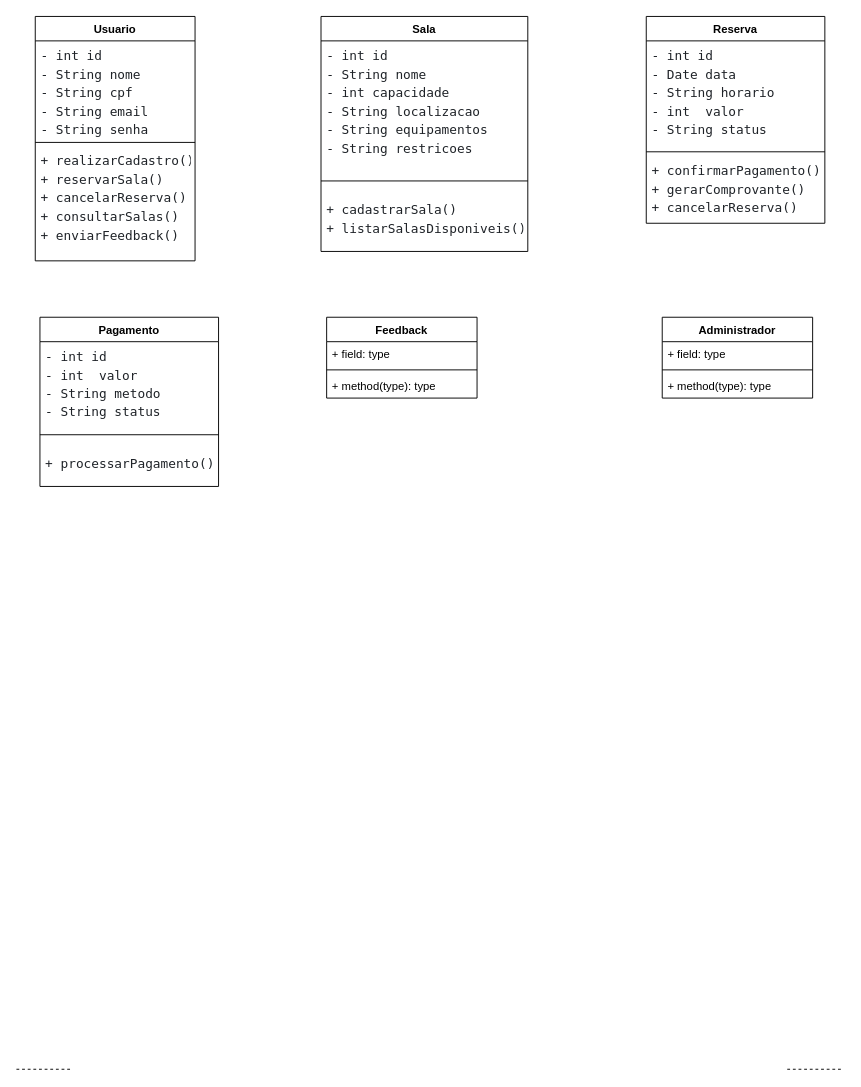
This is tdh.drawio from maysa158/diagramasderequisitos, a draw.io file, before an edit. Source tidied: cells renumbered, new cells numbered last; positions are measured from the earlier drawing's top-left corner, leaving out a move shared by most shapes. Both pictures are drawn from the tidied source at 94%, with x=0, y=0 at pixel (16, 16).
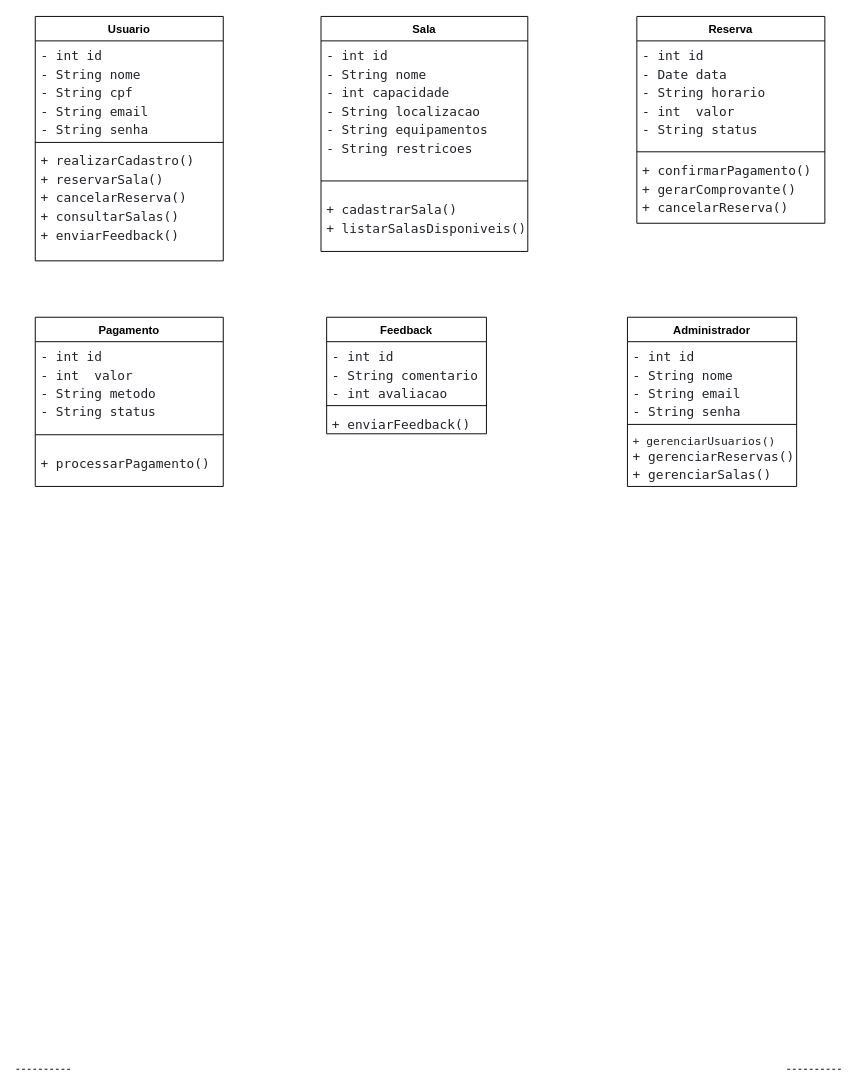
The same diagram, later.

Change to the diagram source:
```diff
@@
     <mxCell id="4" value="Usuario" style="swimlane;fontStyle=1;align=center;verticalAlign=top;horizontal=1;startSize=26;whiteSpace=wrap;html=1;" parent="1" vertex="1">
-      <mxGeometry x="20" width="170" height="260" as="geometry" />
+      <mxGeometry x="20" width="200" height="260" as="geometry" />
     </mxCell>
     <mxCell id="5" value="&lt;pre style=&quot;box-sizing: border-box; font-family: var(--fontStack-monospace, ui-monospace, SFMono-Regular, SF Mono, Menlo, Consolas, Liberation Mono, monospace); font-size: 13.6px; outline: none; overflow-wrap: normal; overflow: auto; line-height: 1.45; color: rgb(31, 35, 40); margin-top: 0px !important; margin-bottom: 0px !important; padding: var(--base-size-16) var(--base-size-24) !important; background: none !important; border-radius: 0px !important;&quot; tabindex=&quot;0&quot; class=&quot;CodeBlock-module__code--KUcqT&quot;&gt;&lt;code style=&quot;box-sizing: border-box; font-family: var(--fontStack-monospace, ui-monospace, SFMono-Regular, SF Mono, Menlo, Consolas, Liberation Mono, monospace); font-size: var(--text-body-size-medium); padding: 0px; margin: 0px; background: transparent; border-radius: 6px; word-break: normal; border: 0px; display: inline; overflow: visible; line-height: inherit; overflow-wrap: normal;&quot;&gt;- int id&lt;br&gt;- String nome&lt;/code&gt;&lt;/pre&gt;&lt;pre style=&quot;box-sizing: border-box; font-family: var(--fontStack-monospace, ui-monospace, SFMono-Regular, SF Mono, Menlo, Consolas, Liberation Mono, monospace); font-size: 13.6px; outline: none; overflow-wrap: normal; overflow: auto; line-height: 1.45; color: rgb(31, 35, 40); margin-top: 0px !important; margin-bottom: 0px !important; padding: var(--base-size-16) var(--base-size-24) !important; background: none !important; border-radius: 0px !important;&quot; tabindex=&quot;0&quot; class=&quot;CodeBlock-module__code--KUcqT&quot;&gt;&lt;code style=&quot;box-sizing: border-box; font-family: var(--fontStack-monospace, ui-monospace, SFMono-Regular, SF Mono, Menlo, Consolas, Liberation Mono, monospace); font-size: var(--text-body-size-medium); padding: 0px; margin: 0px; background: transparent; border-radius: 6px; word-break: normal; border: 0px; display: inline; overflow: visible; line-height: inherit; overflow-wrap: normal;&quot;&gt;- String cpf&lt;/code&gt;&lt;/pre&gt;&lt;pre style=&quot;box-sizing: border-box; font-family: var(--fontStack-monospace, ui-monospace, SFMono-Regular, SF Mono, Menlo, Consolas, Liberation Mono, monospace); font-size: 13.6px; outline: none; overflow-wrap: normal; overflow: auto; line-height: 1.45; color: rgb(31, 35, 40); margin-top: 0px !important; margin-bottom: 0px !important; padding: var(--base-size-16) var(--base-size-24) !important; background: none !important; border-radius: 0px !important;&quot; tabindex=&quot;0&quot; class=&quot;CodeBlock-module__code--KUcqT&quot;&gt;- String email&lt;/pre&gt;&lt;pre style=&quot;box-sizing: border-box; font-family: var(--fontStack-monospace, ui-monospace, SFMono-Regular, SF Mono, Menlo, Consolas, Liberation Mono, monospace); font-size: 13.6px; outline: none; overflow-wrap: normal; overflow: auto; line-height: 1.45; color: rgb(31, 35, 40); margin-top: 0px !important; margin-bottom: 0px !important; padding: var(--base-size-16) var(--base-size-24) !important; background: none !important; border-radius: 0px !important;&quot; tabindex=&quot;0&quot; class=&quot;CodeBlock-module__code--KUcqT&quot;&gt;&lt;code style=&quot;box-sizing: border-box; font-family: var(--fontStack-monospace, ui-monospace, SFMono-Regular, SF Mono, Menlo, Consolas, Liberation Mono, monospace); font-size: var(--text-body-size-medium); padding: 0px; margin: 0px; background: transparent; border-radius: 6px; word-break: normal; border: 0px; display: inline; overflow: visible; line-height: inherit; overflow-wrap: normal;&quot;&gt;- String senha&lt;/code&gt;&lt;/pre&gt;" style="text;strokeColor=none;fillColor=none;align=left;verticalAlign=top;spacingLeft=4;spacingRight=4;overflow=hidden;whiteSpace=wrap;html=1;" parent="4" vertex="1">
-      <mxGeometry y="26" width="170" height="104" as="geometry" />
+      <mxGeometry y="26" width="200" height="104" as="geometry" />
     </mxCell>
     <mxCell id="6" style="line;strokeWidth=1;fillColor=none;align=left;verticalAlign=middle;spacingTop=-1;spacingLeft=3;spacingRight=3;labelPosition=right;strokeColor=inherit;" parent="4" vertex="1">
-      <mxGeometry y="130" width="170" height="8" as="geometry" />
+      <mxGeometry y="130" width="200" height="8" as="geometry" />
     </mxCell>
     <mxCell id="7" value="&lt;pre style=&quot;box-sizing: border-box; font-family: var(--fontStack-monospace, ui-monospace, SFMono-Regular, SF Mono, Menlo, Consolas, Liberation Mono, monospace); font-size: 13.6px; outline: none; overflow-wrap: normal; overflow: auto; line-height: 1.45; color: rgb(31, 35, 40); margin-top: 0px !important; margin-bottom: 0px !important; padding: var(--base-size-16) var(--base-size-24) !important; background: none !important; border-radius: 0px !important;&quot; tabindex=&quot;0&quot; class=&quot;CodeBlock-module__code--KUcqT&quot;&gt;&lt;code style=&quot;box-sizing: border-box; font-family: var(--fontStack-monospace, ui-monospace, SFMono-Regular, SF Mono, Menlo, Consolas, Liberation Mono, monospace); font-size: var(--text-body-size-medium); padding: 0px; margin: 0px; background: transparent; border-radius: 6px; word-break: normal; border: 0px; display: inline; overflow: visible; line-height: inherit; overflow-wrap: normal;&quot;&gt;+ realizarCadastro()&lt;br&gt;+ reservarSala()&lt;/code&gt;&lt;/pre&gt;&lt;pre style=&quot;box-sizing: border-box; font-family: var(--fontStack-monospace, ui-monospace, SFMono-Regular, SF Mono, Menlo, Consolas, Liberation Mono, monospace); font-size: 13.6px; outline: none; overflow-wrap: normal; overflow: auto; line-height: 1.45; color: rgb(31, 35, 40); margin-top: 0px !important; margin-bottom: 0px !important; padding: var(--base-size-16) var(--base-size-24) !important; background: none !important; border-radius: 0px !important;&quot; tabindex=&quot;0&quot; class=&quot;CodeBlock-module__code--KUcqT&quot;&gt;&lt;code style=&quot;box-sizing: border-box; font-family: var(--fontStack-monospace, ui-monospace, SFMono-Regular, SF Mono, Menlo, Consolas, Liberation Mono, monospace); font-size: var(--text-body-size-medium); padding: 0px; margin: 0px; background: transparent; border-radius: 6px; word-break: normal; border: 0px; display: inline; overflow: visible; line-height: inherit; overflow-wrap: normal;&quot;&gt;+ cancelarReserva()&lt;br&gt;+ consultarSalas()&lt;br&gt;+ enviarFeedback()&lt;/code&gt;&lt;/pre&gt;" style="text;strokeColor=none;fillColor=none;align=left;verticalAlign=top;spacingLeft=4;spacingRight=4;overflow=hidden;whiteSpace=wrap;html=1;" parent="4" vertex="1">
-      <mxGeometry y="138" width="170" height="122" as="geometry" />
+      <mxGeometry y="138" width="200" height="122" as="geometry" />
     </mxCell>
@@
     <mxCell id="12" value="Reserva" style="swimlane;fontStyle=1;align=center;verticalAlign=top;horizontal=1;startSize=26;whiteSpace=wrap;html=1;" parent="1" vertex="1">
-      <mxGeometry x="670" width="190" height="220" as="geometry" />
+      <mxGeometry x="660" width="200" height="220" as="geometry" />
     </mxCell>
     <mxCell id="13" value="&lt;pre style=&quot;box-sizing: border-box; font-family: var(--fontStack-monospace, ui-monospace, SFMono-Regular, SF Mono, Menlo, Consolas, Liberation Mono, monospace); font-size: 13.6px; outline: none; overflow-wrap: normal; overflow: auto; line-height: 1.45; color: rgb(31, 35, 40); margin-top: 0px !important; margin-bottom: 0px !important; padding: var(--base-size-16) var(--base-size-24) !important; background: none !important; border-radius: 0px !important;&quot; tabindex=&quot;0&quot; class=&quot;CodeBlock-module__code--KUcqT&quot;&gt;&lt;code style=&quot;box-sizing: border-box; font-family: var(--fontStack-monospace, ui-monospace, SFMono-Regular, SF Mono, Menlo, Consolas, Liberation Mono, monospace); font-size: var(--text-body-size-medium); padding: 0px; margin: 0px; background: transparent; border-radius: 6px; word-break: normal; border: 0px; display: inline; overflow: visible; line-height: inherit; overflow-wrap: normal;&quot;&gt;- int id&lt;br&gt;- Date data&lt;br&gt;- String horario&lt;br&gt;- int  valor&lt;br&gt;- String status&lt;/code&gt;&lt;/pre&gt;" style="text;strokeColor=none;fillColor=none;align=left;verticalAlign=top;spacingLeft=4;spacingRight=4;overflow=hidden;whiteSpace=wrap;html=1;" parent="12" vertex="1">
-      <mxGeometry y="26" width="190" height="114" as="geometry" />
+      <mxGeometry y="26" width="200" height="114" as="geometry" />
     </mxCell>
     <mxCell id="14" style="line;strokeWidth=1;fillColor=none;align=left;verticalAlign=middle;spacingTop=-1;spacingLeft=3;spacingRight=3;labelPosition=right;strokeColor=inherit;" parent="12" vertex="1">
-      <mxGeometry y="140" width="190" height="8" as="geometry" />
+      <mxGeometry y="140" width="200" height="8" as="geometry" />
     </mxCell>
     <mxCell id="15" value="&lt;pre style=&quot;box-sizing: border-box; font-family: var(--fontStack-monospace, ui-monospace, SFMono-Regular, SF Mono, Menlo, Consolas, Liberation Mono, monospace); font-size: 13.6px; outline: none; overflow-wrap: normal; overflow: auto; line-height: 1.45; color: rgb(31, 35, 40); margin-top: 0px !important; margin-bottom: 0px !important; padding: var(--base-size-16) var(--base-size-24) !important; background: none !important; border-radius: 0px !important;&quot; tabindex=&quot;0&quot; class=&quot;CodeBlock-module__code--KUcqT&quot;&gt;&lt;code style=&quot;box-sizing: border-box; font-family: var(--fontStack-monospace, ui-monospace, SFMono-Regular, SF Mono, Menlo, Consolas, Liberation Mono, monospace); font-size: var(--text-body-size-medium); padding: 0px; margin: 0px; background: transparent; border-radius: 6px; word-break: normal; border: 0px; display: inline; overflow: visible; line-height: inherit; overflow-wrap: normal;&quot;&gt;+ confirmarPagamento()&lt;br&gt;+ gerarComprovante()&lt;br&gt;+ cancelarReserva()&lt;/code&gt;&lt;/pre&gt;" style="text;strokeColor=none;fillColor=none;align=left;verticalAlign=top;spacingLeft=4;spacingRight=4;overflow=hidden;whiteSpace=wrap;html=1;" parent="12" vertex="1">
-      <mxGeometry y="148" width="190" height="72" as="geometry" />
+      <mxGeometry y="148" width="200" height="72" as="geometry" />
     </mxCell>
     <mxCell id="16" value="Pagamento" style="swimlane;fontStyle=1;align=center;verticalAlign=top;horizontal=1;startSize=26;whiteSpace=wrap;html=1;" parent="1" vertex="1">
-      <mxGeometry x="25" y="320" width="190" height="180" as="geometry" />
+      <mxGeometry x="20" y="320" width="200" height="180" as="geometry" />
     </mxCell>
     <mxCell id="17" value="&lt;pre style=&quot;box-sizing: border-box; font-family: var(--fontStack-monospace, ui-monospace, SFMono-Regular, SF Mono, Menlo, Consolas, Liberation Mono, monospace); font-size: 13.6px; outline: none; overflow-wrap: normal; overflow: auto; line-height: 1.45; color: rgb(31, 35, 40); margin-top: 0px !important; margin-bottom: 0px !important; padding: var(--base-size-16) var(--base-size-24) !important; background: none !important; border-radius: 0px !important;&quot; tabindex=&quot;0&quot; class=&quot;CodeBlock-module__code--KUcqT&quot;&gt;&lt;code style=&quot;box-sizing: border-box; font-family: var(--fontStack-monospace, ui-monospace, SFMono-Regular, SF Mono, Menlo, Consolas, Liberation Mono, monospace); font-size: var(--text-body-size-medium); padding: 0px; margin: 0px; background: transparent; border-radius: 6px; word-break: normal; border: 0px; display: inline; overflow: visible; line-height: inherit; overflow-wrap: normal;&quot;&gt;- int id&lt;br&gt;- int  valor&lt;br&gt;- String metodo&lt;/code&gt;&lt;/pre&gt;&lt;pre style=&quot;box-sizing: border-box; font-family: var(--fontStack-monospace, ui-monospace, SFMono-Regular, SF Mono, Menlo, Consolas, Liberation Mono, monospace); font-size: 13.6px; outline: none; overflow-wrap: normal; overflow: auto; line-height: 1.45; color: rgb(31, 35, 40); margin-top: 0px !important; margin-bottom: 0px !important; padding: var(--base-size-16) var(--base-size-24) !important; background: none !important; border-radius: 0px !important;&quot; tabindex=&quot;0&quot; class=&quot;CodeBlock-module__code--KUcqT&quot;&gt;&lt;code style=&quot;box-sizing: border-box; font-family: var(--fontStack-monospace, ui-monospace, SFMono-Regular, SF Mono, Menlo, Consolas, Liberation Mono, monospace); font-size: var(--text-body-size-medium); padding: 0px; margin: 0px; background: transparent; border-radius: 6px; word-break: normal; border: 0px; display: inline; overflow: visible; line-height: inherit; overflow-wrap: normal;&quot;&gt;- String status &lt;/code&gt;&lt;/pre&gt;" style="text;strokeColor=none;fillColor=none;align=left;verticalAlign=top;spacingLeft=4;spacingRight=4;overflow=hidden;whiteSpace=wrap;html=1;" parent="16" vertex="1">
-      <mxGeometry y="26" width="190" height="84" as="geometry" />
+      <mxGeometry y="26" width="200" height="84" as="geometry" />
     </mxCell>
     <mxCell id="18" style="line;strokeWidth=1;fillColor=none;align=left;verticalAlign=middle;spacingTop=-1;spacingLeft=3;spacingRight=3;labelPosition=right;strokeColor=inherit;" parent="16" vertex="1">
-      <mxGeometry y="110" width="190" height="30" as="geometry" />
+      <mxGeometry y="110" width="200" height="30" as="geometry" />
     </mxCell>
     <mxCell id="19" value="&lt;pre style=&quot;box-sizing: border-box; font-family: var(--fontStack-monospace, ui-monospace, SFMono-Regular, SF Mono, Menlo, Consolas, Liberation Mono, monospace); font-size: 13.6px; outline: none; overflow-wrap: normal; overflow: auto; line-height: 1.45; color: rgb(31, 35, 40); margin-top: 0px !important; margin-bottom: 0px !important; padding: var(--base-size-16) var(--base-size-24) !important; background: none !important; border-radius: 0px !important;&quot; tabindex=&quot;0&quot; class=&quot;CodeBlock-module__code--KUcqT&quot;&gt;&lt;code style=&quot;box-sizing: border-box; font-family: var(--fontStack-monospace, ui-monospace, SFMono-Regular, SF Mono, Menlo, Consolas, Liberation Mono, monospace); font-size: var(--text-body-size-medium); padding: 0px; margin: 0px; background: transparent; border-radius: 6px; word-break: normal; border: 0px; display: inline; overflow: visible; line-height: inherit; overflow-wrap: normal;&quot;&gt;+ processarPagamento()&lt;/code&gt;&lt;/pre&gt;" style="text;strokeColor=none;fillColor=none;align=left;verticalAlign=top;spacingLeft=4;spacingRight=4;overflow=hidden;whiteSpace=wrap;html=1;" parent="16" vertex="1">
-      <mxGeometry y="140" width="190" height="40" as="geometry" />
+      <mxGeometry y="140" width="200" height="40" as="geometry" />
     </mxCell>
     <mxCell id="20" value="Feedback" style="swimlane;fontStyle=1;align=center;verticalAlign=top;horizontal=1;startSize=26;whiteSpace=wrap;html=1;" parent="1" vertex="1">
-      <mxGeometry x="330" y="320" width="160" height="86" as="geometry" />
+      <mxGeometry x="330" y="320" width="170" height="124" as="geometry" />
     </mxCell>
-    <mxCell id="21" value="+ field: type" style="text;strokeColor=none;fillColor=none;align=left;verticalAlign=top;spacingLeft=4;spacingRight=4;overflow=hidden;whiteSpace=wrap;html=1;" parent="20" vertex="1">
-      <mxGeometry y="26" width="160" height="26" as="geometry" />
+    <mxCell id="21" value="&lt;pre style=&quot;box-sizing: border-box; font-family: var(--fontStack-monospace, ui-monospace, SFMono-Regular, SF Mono, Menlo, Consolas, Liberation Mono, monospace); font-size: 13.6px; outline: none; overflow-wrap: normal; overflow: auto; line-height: 1.45; color: rgb(31, 35, 40); margin-top: 0px !important; margin-bottom: 0px !important; padding: var(--base-size-16) var(--base-size-24) !important; background: none !important; border-radius: 0px !important;&quot; tabindex=&quot;0&quot; class=&quot;CodeBlock-module__code--KUcqT&quot;&gt;&lt;code style=&quot;box-sizing: border-box; font-family: var(--fontStack-monospace, ui-monospace, SFMono-Regular, SF Mono, Menlo, Consolas, Liberation Mono, monospace); font-size: var(--text-body-size-medium); padding: 0px; margin: 0px; background: transparent; border-radius: 6px; word-break: normal; border: 0px; display: inline; overflow: visible; line-height: inherit; overflow-wrap: normal;&quot;&gt;- int id&lt;br&gt;- String comentario&lt;br&gt;- int avaliacao&lt;/code&gt;&lt;/pre&gt;" style="text;strokeColor=none;fillColor=none;align=left;verticalAlign=top;spacingLeft=4;spacingRight=4;overflow=hidden;whiteSpace=wrap;html=1;" parent="20" vertex="1">
+      <mxGeometry y="26" width="170" height="64" as="geometry" />
     </mxCell>
     <mxCell id="22" style="line;strokeWidth=1;fillColor=none;align=left;verticalAlign=middle;spacingTop=-1;spacingLeft=3;spacingRight=3;labelPosition=right;strokeColor=inherit;" parent="20" vertex="1">
-      <mxGeometry y="52" width="160" height="8" as="geometry" />
+      <mxGeometry y="90" width="170" height="8" as="geometry" />
     </mxCell>
-    <mxCell id="23" value="+ method(type): type" style="text;strokeColor=none;fillColor=none;align=left;verticalAlign=top;spacingLeft=4;spacingRight=4;overflow=hidden;whiteSpace=wrap;html=1;" parent="20" vertex="1">
-      <mxGeometry y="60" width="160" height="26" as="geometry" />
+    <mxCell id="23" value="&lt;pre style=&quot;box-sizing: border-box; font-family: var(--fontStack-monospace, ui-monospace, SFMono-Regular, SF Mono, Menlo, Consolas, Liberation Mono, monospace); font-size: 13.6px; outline: none; overflow-wrap: normal; overflow: auto; line-height: 1.45; color: rgb(31, 35, 40); margin-top: 0px !important; margin-bottom: 0px !important; padding: var(--base-size-16) var(--base-size-24) !important; background: none !important; border-radius: 0px !important;&quot; tabindex=&quot;0&quot; class=&quot;CodeBlock-module__code--KUcqT&quot;&gt;&lt;code style=&quot;box-sizing: border-box; font-family: var(--fontStack-monospace, ui-monospace, SFMono-Regular, SF Mono, Menlo, Consolas, Liberation Mono, monospace); font-size: var(--text-body-size-medium); padding: 0px; margin: 0px; background: transparent; border-radius: 6px; word-break: normal; border: 0px; display: inline; overflow: visible; line-height: inherit; overflow-wrap: normal;&quot;&gt;+ enviarFeedback()&lt;/code&gt;&lt;/pre&gt;" style="text;strokeColor=none;fillColor=none;align=left;verticalAlign=top;spacingLeft=4;spacingRight=4;overflow=hidden;whiteSpace=wrap;html=1;" parent="20" vertex="1">
+      <mxGeometry y="98" width="170" height="26" as="geometry" />
     </mxCell>
     <mxCell id="24" value="Administrador" style="swimlane;fontStyle=1;align=center;verticalAlign=top;horizontal=1;startSize=26;whiteSpace=wrap;html=1;" parent="1" vertex="1">
-      <mxGeometry x="687" y="320" width="160" height="86" as="geometry" />
+      <mxGeometry x="650" y="320" width="180" height="180" as="geometry" />
     </mxCell>
-    <mxCell id="25" value="+ field: type" style="text;strokeColor=none;fillColor=none;align=left;verticalAlign=top;spacingLeft=4;spacingRight=4;overflow=hidden;whiteSpace=wrap;html=1;" parent="24" vertex="1">
-      <mxGeometry y="26" width="160" height="26" as="geometry" />
+    <mxCell id="25" value="&lt;pre style=&quot;box-sizing: border-box; font-family: var(--fontStack-monospace, ui-monospace, SFMono-Regular, SF Mono, Menlo, Consolas, Liberation Mono, monospace); font-size: 13.6px; outline: none; overflow-wrap: normal; overflow: auto; line-height: 1.45; color: rgb(31, 35, 40); margin-top: 0px !important; margin-bottom: 0px !important; padding: var(--base-size-16) var(--base-size-24) !important; background: none !important; border-radius: 0px !important;&quot; tabindex=&quot;0&quot; class=&quot;CodeBlock-module__code--KUcqT&quot;&gt;&lt;code style=&quot;box-sizing: border-box; font-family: var(--fontStack-monospace, ui-monospace, SFMono-Regular, SF Mono, Menlo, Consolas, Liberation Mono, monospace); font-size: var(--text-body-size-medium); padding: 0px; margin: 0px; background: transparent; border-radius: 6px; word-break: normal; border: 0px; display: inline; overflow: visible; line-height: inherit; overflow-wrap: normal;&quot;&gt;- int id&lt;br&gt;- String nome&lt;br&gt;- String email&lt;br&gt;- String senha&lt;/code&gt;&lt;/pre&gt;" style="text;strokeColor=none;fillColor=none;align=left;verticalAlign=top;spacingLeft=4;spacingRight=4;overflow=hidden;whiteSpace=wrap;html=1;" parent="24" vertex="1">
+      <mxGeometry y="26" width="180" height="84" as="geometry" />
     </mxCell>
     <mxCell id="26" style="line;strokeWidth=1;fillColor=none;align=left;verticalAlign=middle;spacingTop=-1;spacingLeft=3;spacingRight=3;labelPosition=right;strokeColor=inherit;" parent="24" vertex="1">
-      <mxGeometry y="52" width="160" height="8" as="geometry" />
+      <mxGeometry y="110" width="180" height="8" as="geometry" />
     </mxCell>
-    <mxCell id="27" value="+ method(type): type" style="text;strokeColor=none;fillColor=none;align=left;verticalAlign=top;spacingLeft=4;spacingRight=4;overflow=hidden;whiteSpace=wrap;html=1;" parent="24" vertex="1">
-      <mxGeometry y="60" width="160" height="26" as="geometry" />
+    <mxCell id="27" value="&lt;span style=&quot;background-color: transparent; font-family: var(--fontStack-monospace, ui-monospace, SFMono-Regular, SF Mono, Menlo, Consolas, Liberation Mono, monospace); font-size: var(--text-body-size-medium); color: rgb(31, 35, 40);&quot;&gt;+ gerenciarUsuarios()&lt;/span&gt;&lt;pre style=&quot;box-sizing: border-box; font-family: var(--fontStack-monospace, ui-monospace, SFMono-Regular, SF Mono, Menlo, Consolas, Liberation Mono, monospace); font-size: 13.6px; outline: none; overflow-wrap: normal; overflow: auto; line-height: 1.45; color: rgb(31, 35, 40); margin-top: 0px !important; margin-bottom: 0px !important; padding: var(--base-size-16) var(--base-size-24) !important; background: none !important; border-radius: 0px !important;&quot; tabindex=&quot;0&quot; class=&quot;CodeBlock-module__code--KUcqT&quot;&gt;&lt;code style=&quot;box-sizing: border-box; font-family: var(--fontStack-monospace, ui-monospace, SFMono-Regular, SF Mono, Menlo, Consolas, Liberation Mono, monospace); font-size: var(--text-body-size-medium); padding: 0px; margin: 0px; background: transparent; border-radius: 6px; word-break: normal; border: 0px; display: inline; overflow: visible; line-height: inherit; overflow-wrap: normal;&quot;&gt;+ gerenciarReservas()&lt;br&gt;+ gerenciarSalas()&lt;/code&gt;&lt;/pre&gt;" style="text;strokeColor=none;fillColor=none;align=left;verticalAlign=top;spacingLeft=4;spacingRight=4;overflow=hidden;whiteSpace=wrap;html=1;" parent="24" vertex="1">
+      <mxGeometry y="118" width="180" height="62" as="geometry" />
     </mxCell>
```
